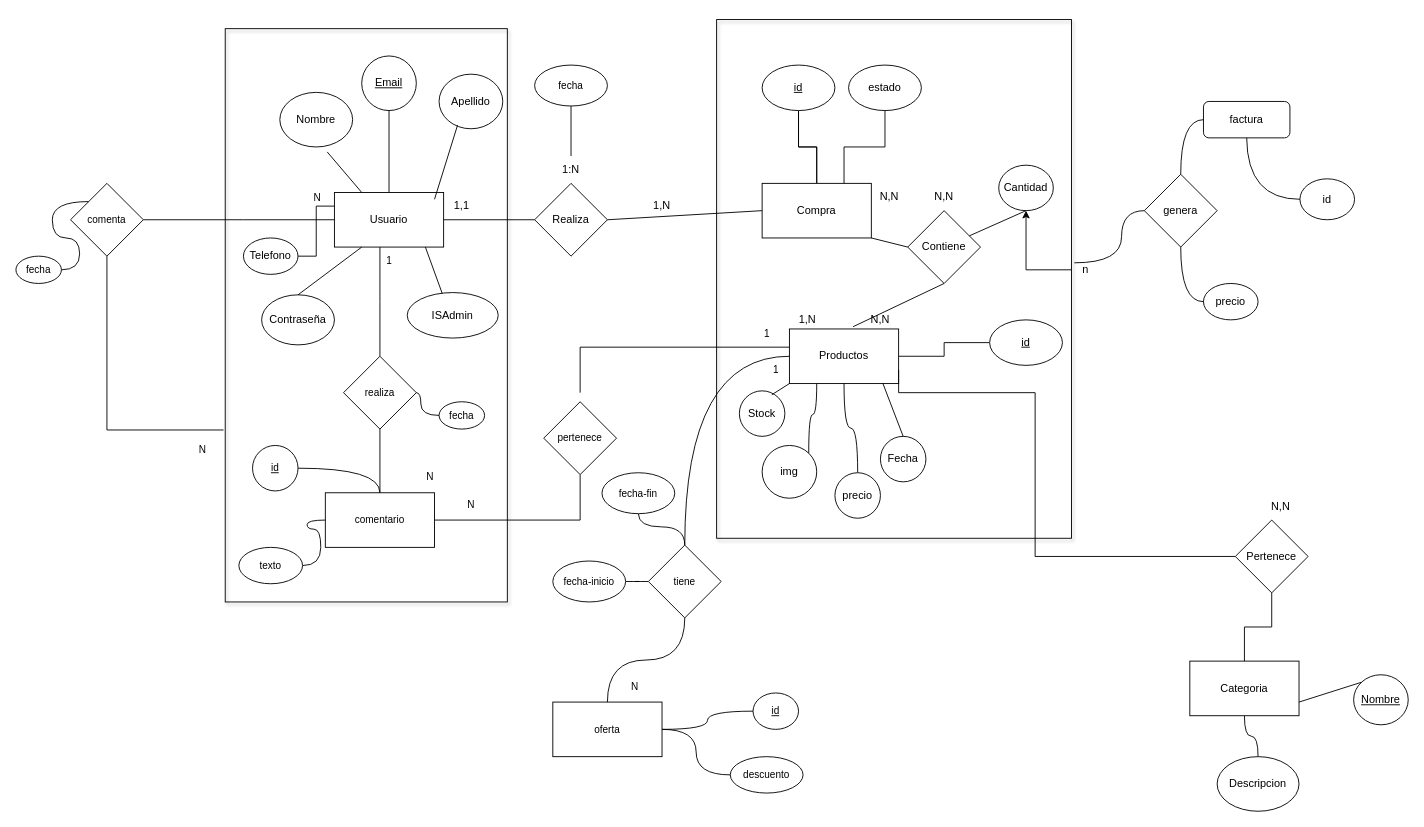
Earlier version of the draw.io diagram documentación/MER.drawio (DSofficial45/RedVerde). Source tidied: cells renumbered, new cells numbered last; positions are measured from the earlier drawing's top-left corner, leaving out a move shared by most shapes. Both pictures are drawn from the tidied source at 91%, with x=0, y=0 at pixel (15, 19).
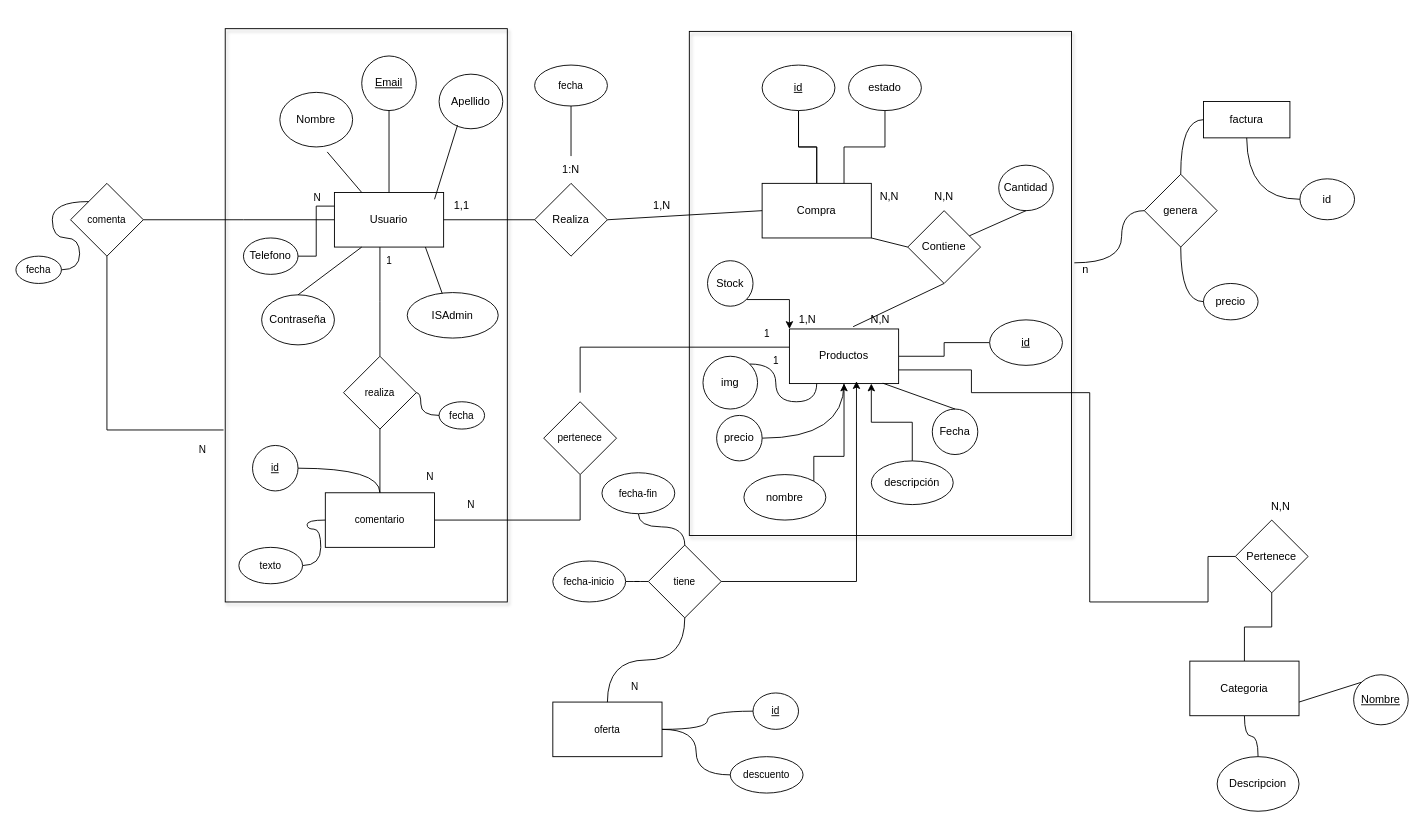
Above is the later version.

The change refers to these unchanged cells:
```xml
<mxCell id="13" value="Productos" style="rounded=0;whiteSpace=wrap;html=1;" parent="1" vertex="1">
  <mxGeometry x="850" y="340" width="120" height="60" as="geometry" />
</mxCell>
<mxCell id="20" value="Cantidad" style="ellipse;whiteSpace=wrap;html=1;" parent="1" vertex="1">
  <mxGeometry x="1080" y="160" width="60" height="50" as="geometry" />
</mxCell>
<mxCell id="33" value="Pertenece" style="rhombus;whiteSpace=wrap;html=1;" parent="1" vertex="1">
  <mxGeometry x="1340" y="550" width="80" height="80" as="geometry" />
</mxCell>
<mxCell id="88" value="tiene" style="rhombus;whiteSpace=wrap;html=1;fontFamily=Helvetica;fontSize=11;fontColor=default;labelBackgroundColor=default;" parent="1" vertex="1">
  <mxGeometry x="695" y="577.5" width="80" height="80" as="geometry" />
</mxCell>
<mxCell id="97" value="n" style="text;html=1;align=center;verticalAlign=middle;points=[];strokeColor=none;fillColor=none;" parent="1" vertex="1">
  <mxGeometry x="1160" y="260" width="30" height="30" as="geometry" />
</mxCell>
```

Diff of the diagram source:
```diff
@@
-    <mxCell id="12" style="edgeStyle=orthogonalEdgeStyle;shape=connector;curved=1;rounded=0;jettySize=auto;html=1;strokeColor=default;align=center;verticalAlign=middle;fontFamily=Helvetica;fontSize=11;fontColor=default;labelBackgroundColor=default;endArrow=none;endFill=0;" parent="1" edge="1" source="13" target="88">
-      <mxGeometry relative="1" as="geometry" />
-    </mxCell>
@@
+    <mxCell id="108" style="edgeStyle=orthogonalEdgeStyle;rounded=0;jettySize=auto;html=1;exitX=1;exitY=1;exitDx=0;exitDy=0;entryX=0;entryY=0;entryDx=0;entryDy=0;" parent="1" edge="1" source="19" target="13">
+      <mxGeometry relative="1" as="geometry" />
+    </mxCell>
     <mxCell id="19" value="Stock" style="ellipse;whiteSpace=wrap;html=1;" parent="1" vertex="1">
-      <mxGeometry x="795" y="408" width="50" height="50" as="geometry" />
+      <mxGeometry x="760" y="265" width="50" height="50" as="geometry" />
     </mxCell>
@@
     <mxCell id="21" value="Fecha" style="ellipse;whiteSpace=wrap;html=1;" parent="1" vertex="1">
-      <mxGeometry x="950" y="458" width="50" height="50" as="geometry" />
+      <mxGeometry x="1007" y="428" width="50" height="50" as="geometry" />
     </mxCell>
@@
     <mxCell id="32" style="edgeStyle=orthogonalEdgeStyle;shape=connector;rounded=0;jettySize=auto;html=1;entryX=1;entryY=0.75;entryDx=0;entryDy=0;strokeColor=default;align=center;verticalAlign=middle;fontFamily=Helvetica;fontSize=11;fontColor=default;labelBackgroundColor=default;endArrow=none;endFill=0;" parent="1" edge="1" source="33" target="13">
       <mxGeometry relative="1" as="geometry">
         <Array as="points">
-          <mxPoint x="1120" y="590" />
-          <mxPoint x="1120" y="410" />
-          <mxPoint x="970" y="410" />
+          <mxPoint x="1310" y="590" />
+          <mxPoint x="1310" y="640" />
+          <mxPoint x="1180" y="640" />
+          <mxPoint x="1180" y="410" />
+          <mxPoint x="1050" y="410" />
+          <mxPoint x="1050" y="385" />
         </Array>
       </mxGeometry>
     </mxCell>
@@
-    <mxCell id="40" style="endArrow=none;html=1;rounded=0;entryX=0.712;entryY=0.086;entryDx=0;entryDy=0;exitX=0;exitY=1;exitDx=0;exitDy=0;entryPerimeter=0;" parent="1" edge="1" source="13" target="19">
-      <mxGeometry relative="1" as="geometry" />
-    </mxCell>
@@
     <mxCell id="54" value="precio" style="ellipse;whiteSpace=wrap;html=1;" parent="1" vertex="1">
-      <mxGeometry x="900" y="498" width="50" height="50" as="geometry" />
+      <mxGeometry x="770" y="435" width="50" height="50" as="geometry" />
     </mxCell>
@@
-    <mxCell id="85" style="rounded=0;whiteSpace=wrap;html=1;fontFamily=Helvetica;fontSize=11;fontColor=default;labelBackgroundColor=default;fillColor=none;shadow=1;" parent="1" vertex="1">
-      <mxGeometry x="770" width="390" height="570" as="geometry" />
-    </mxCell>
@@
     <mxCell id="89" value="1" style="text;html=1;align=center;verticalAlign=middle;strokeColor=none;fillColor=none;fontFamily=Helvetica;fontSize=11;fontColor=default;labelBackgroundColor=default;" parent="1" vertex="1">
-      <mxGeometry x="820" y="370" width="30" height="30" as="geometry" />
+      <mxGeometry x="820" y="360" width="30" height="30" as="geometry" />
     </mxCell>
@@
-    <mxCell id="96" style="edgeStyle=orthogonalEdgeStyle;rounded=0;jettySize=auto;html=1;" parent="1" edge="1" source="97" target="20">
-      <mxGeometry relative="1" as="geometry" />
-    </mxCell>
@@
-    <mxCell id="100" value="factura" style="rounded=1;whiteSpace=wrap;html=1;" parent="1" vertex="1">
+    <mxCell id="100" value="factura" style="rounded=1;whiteSpace=wrap;html=1;arcSize=0;" parent="1" vertex="1">
       <mxGeometry x="1305" y="90" width="95" height="40" as="geometry" />
     </mxCell>
@@
     <mxCell id="107" value="img" style="ellipse;whiteSpace=wrap;html=1;" parent="1" vertex="1">
-      <mxGeometry x="820" y="468" width="60" height="58" as="geometry" />
+      <mxGeometry x="755" y="370" width="60" height="58" as="geometry" />
     </mxCell>
+    <mxCell id="109" style="edgeStyle=orthogonalEdgeStyle;rounded=0;jettySize=auto;html=1;exitX=0.5;exitY=0;exitDx=0;exitDy=0;entryX=0.75;entryY=1;entryDx=0;entryDy=0;" parent="1" edge="1" source="110" target="13">
+      <mxGeometry relative="1" as="geometry" />
+    </mxCell>
+    <mxCell id="85" style="rounded=0;whiteSpace=wrap;html=1;fontFamily=Helvetica;fontSize=11;fontColor=default;labelBackgroundColor=default;fillColor=none;shadow=1;" parent="1" vertex="1">
+      <mxGeometry x="740" y="13" width="420" height="554" as="geometry" />
+    </mxCell>
+    <mxCell id="110" value="descripción" style="ellipse;whiteSpace=wrap;html=1;" parent="1" vertex="1">
+      <mxGeometry x="940" y="485" width="90" height="48" as="geometry" />
+    </mxCell>
+    <mxCell id="111" style="edgeStyle=orthogonalEdgeStyle;rounded=0;jettySize=auto;html=1;exitX=1;exitY=0;exitDx=0;exitDy=0;entryX=0.5;entryY=1;entryDx=0;entryDy=0;" parent="1" edge="1" source="112" target="13">
+      <mxGeometry relative="1" as="geometry">
+        <Array as="points">
+          <mxPoint x="877" y="480" />
+          <mxPoint x="910" y="480" />
+        </Array>
+      </mxGeometry>
+    </mxCell>
+    <mxCell id="112" value="nombre" style="ellipse;whiteSpace=wrap;html=1;" parent="1" vertex="1">
+      <mxGeometry x="800" y="500" width="90" height="50" as="geometry" />
+    </mxCell>
+    <mxCell id="113" style="edgeStyle=orthogonalEdgeStyle;rounded=0;jettySize=auto;html=1;exitX=1;exitY=0.5;exitDx=0;exitDy=0;entryX=0.614;entryY=0.956;entryDx=0;entryDy=0;entryPerimeter=0;" parent="1" edge="1" source="88" target="13">
+      <mxGeometry relative="1" as="geometry" />
+    </mxCell>
```
